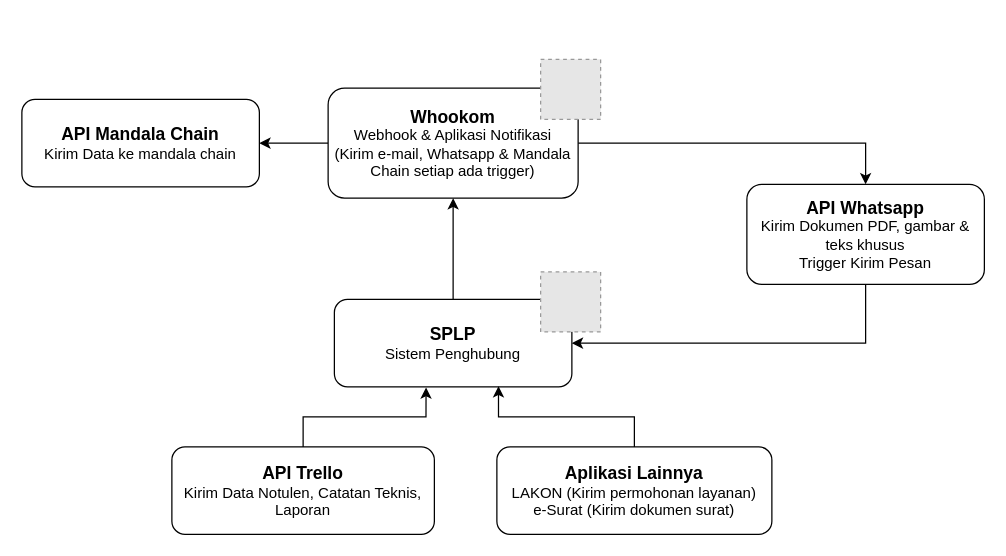
Above: env_designs/bagan_integrasi_mandala_chain.drawio in zeneight/drawio (draw.io), before the change. Source tidied: cells renumbered, new cells numbered last; positions are measured from the earlier drawing's top-left corner, leaving out a move shared by most shapes. Both pictures are drawn from the tidied source at 125%, with x=0, y=0 at pixel (21, 59). Pictures stored in the file or linked from it are replaced by grey dashed boxes.
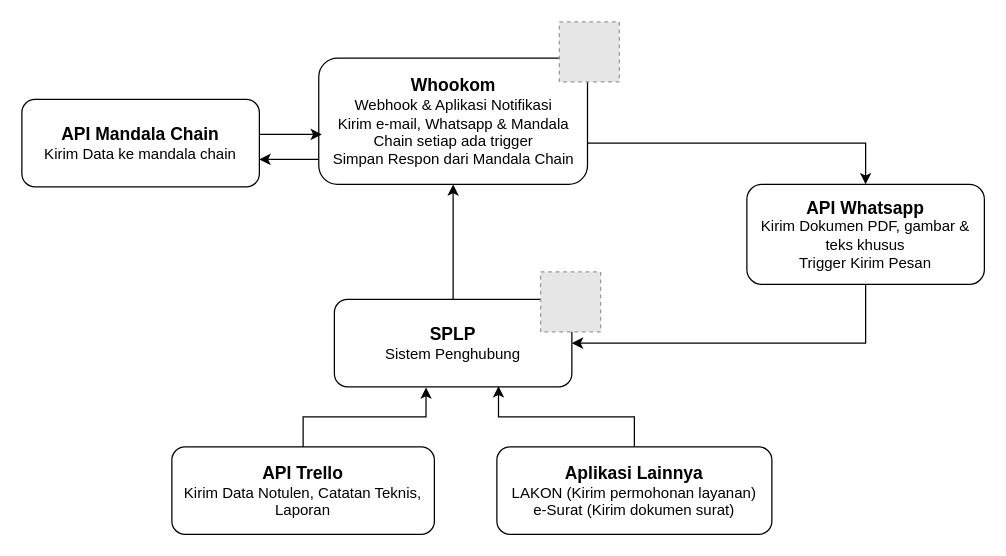
The same diagram, later.

The change refers to these unchanged cells:
```xml
<mxCell id="13" value="&lt;div style=&quot;font-size: 13px;&quot;&gt;&lt;font size=&quot;1&quot;&gt;&lt;b style=&quot;font-size: 14px;&quot;&gt;API Mandala Chain&lt;/b&gt;&lt;/font&gt;&lt;/div&gt;Kirim Data ke mandala chain" style="rounded=1;whiteSpace=wrap;html=1;" parent="1" vertex="1">
  <mxGeometry y="32" width="190" height="70" as="geometry" />
</mxCell>
```

Change to the diagram source:
```diff
@@
-    <mxCell id="2" style="edgeStyle=orthogonalEdgeStyle;rounded=0;jettySize=auto;html=1;entryX=1;entryY=0.5;entryDx=0;entryDy=0;" parent="1" edge="1" source="4" target="13">
-      <mxGeometry relative="1" as="geometry" />
+    <mxCell id="2" style="edgeStyle=orthogonalEdgeStyle;rounded=0;orthogonalLoop=1;jettySize=auto;html=1;entryX=1;entryY=0.5;entryDx=0;entryDy=0;" parent="1" edge="1">
+      <mxGeometry relative="1" as="geometry">
+        <mxPoint x="245" y="80" as="sourcePoint" />
+        <mxPoint x="190" y="80" as="targetPoint" />
+      </mxGeometry>
     </mxCell>
@@
-    <mxCell id="4" value="&lt;div style=&quot;font-size: 13px;&quot;&gt;&lt;font size=&quot;1&quot;&gt;&lt;b style=&quot;font-size: 14px;&quot;&gt;Whookom&lt;/b&gt;&lt;/font&gt;&lt;/div&gt;&lt;div&gt;Webhook &amp;amp; Aplikasi Notifikasi&lt;/div&gt;(Kirim e-mail, Whatsapp &amp;amp; Mandala Chain setiap ada trigger)" style="rounded=1;whiteSpace=wrap;html=1;" parent="1" vertex="1">
-      <mxGeometry x="245" y="23" width="200" height="88" as="geometry" />
+    <mxCell id="4" value="&lt;div style=&quot;font-size: 13px;&quot;&gt;&lt;font size=&quot;1&quot;&gt;&lt;b style=&quot;font-size: 14px;&quot;&gt;Whookom&lt;/b&gt;&lt;/font&gt;&lt;/div&gt;&lt;div&gt;Webhook &amp;amp; Aplikasi Notifikasi&lt;/div&gt;&lt;div&gt;Kirim e-mail, Whatsapp &amp;amp; Mandala Chain setiap ada trigger&lt;/div&gt;&lt;div&gt;Simpan Respon dari Mandala Chain&lt;/div&gt;" style="rounded=1;whiteSpace=wrap;html=1;" parent="1" vertex="1">
+      <mxGeometry x="237.5" y="-1" width="215" height="101" as="geometry" />
     </mxCell>
@@
     <mxCell id="8" style="fillColor=#E6E6E6;strokeColor=#999999;dashed=1;verticalLabelPosition=bottom;verticalAlign=top;" parent="1" vertex="1">
-      <mxGeometry x="415" width="48" height="48" as="geometry" />
+      <mxGeometry x="430" y="-30" width="48" height="48" as="geometry" />
     </mxCell>
@@
+    <mxCell id="16" style="edgeStyle=orthogonalEdgeStyle;rounded=0;orthogonalLoop=1;jettySize=auto;html=1;" parent="1" edge="1">
+      <mxGeometry relative="1" as="geometry">
+        <mxPoint x="190" y="60" as="sourcePoint" />
+        <mxPoint x="240" y="60" as="targetPoint" />
+        <Array as="points">
+          <mxPoint x="210" y="60" />
+          <mxPoint x="210" y="60" />
+        </Array>
+      </mxGeometry>
+    </mxCell>
```
